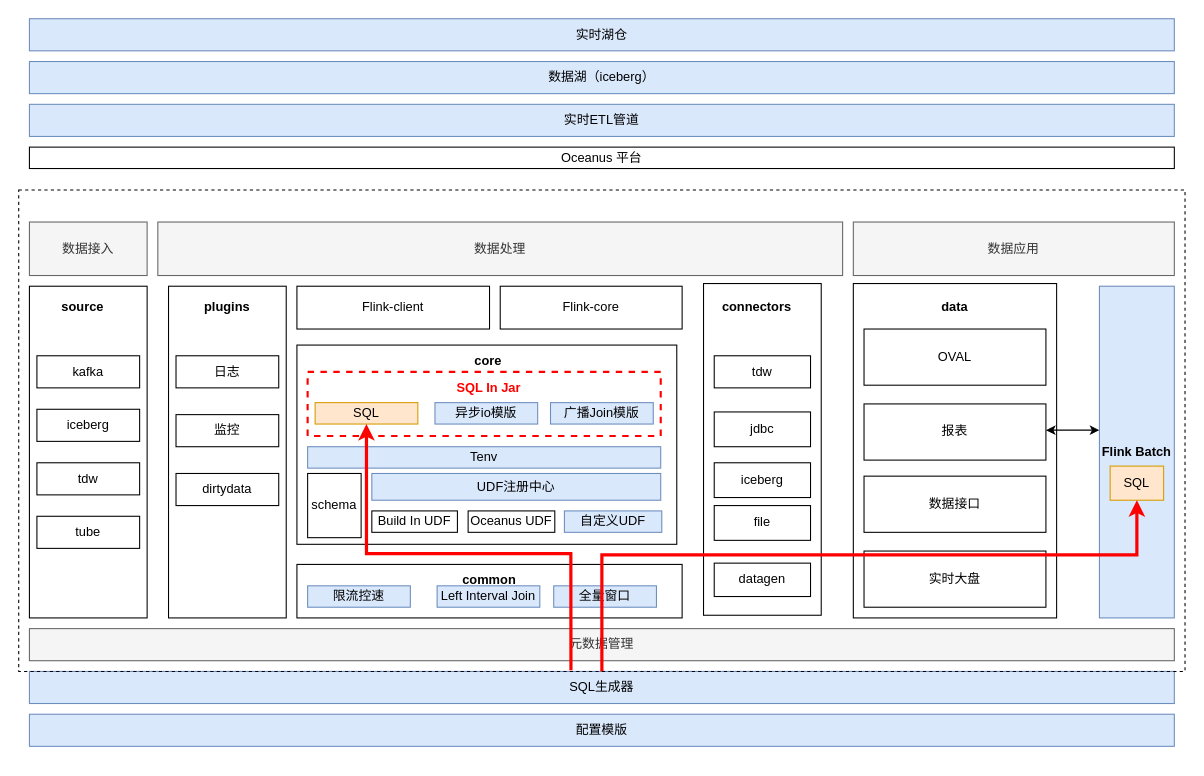
Before: page "流批一体框架" (3 of 3) of 实时dataops-实时离线校验链路升级方案.drawio in Arthur-Lanc/drawio, a draw.io diagram. Source tidied: cells renumbered, new cells numbered last; positions are measured from the earlier drawing's top-left corner, leaving out a move shared by most shapes. Both pictures are drawn from the tidied source at 107%, with x=0, y=0 at pixel (18, 18).
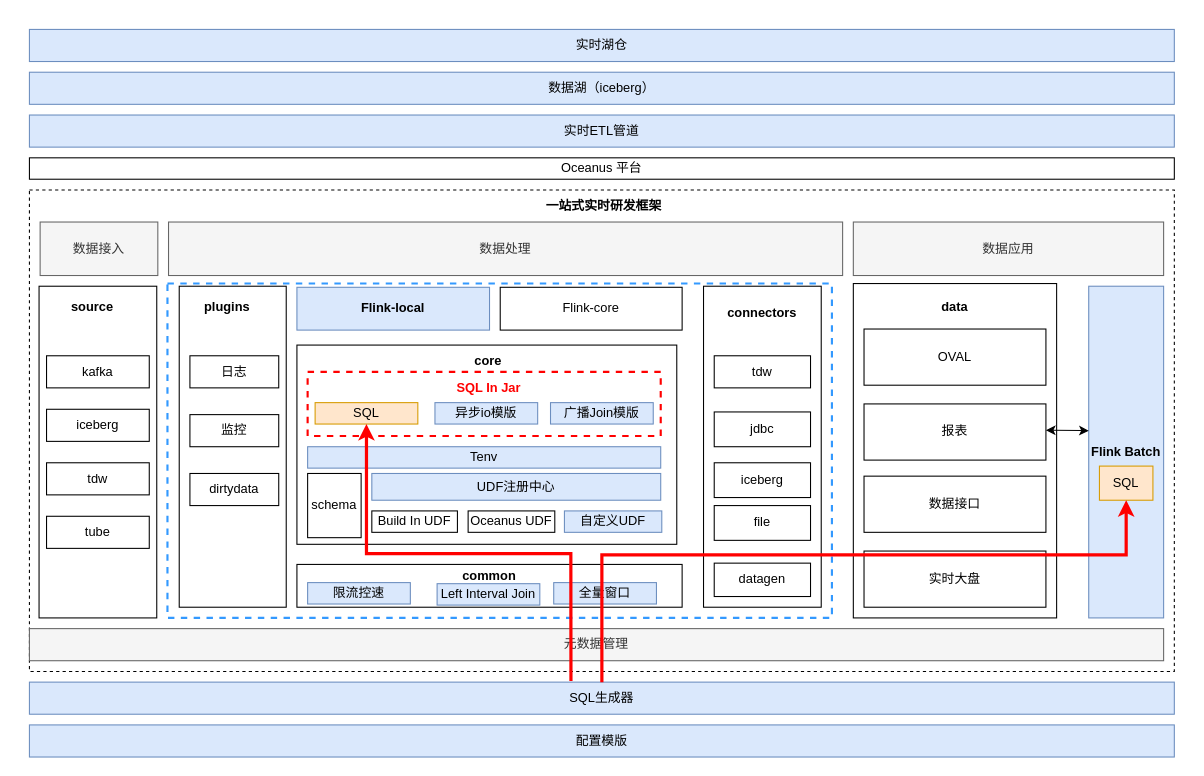
After the change.

Commit message:
更新实时dataops-实时离线校验链路升级方案.drawio

The edit, as a diff of the source:
```diff
@@
+    <mxCell id="61" style="rounded=0;whiteSpace=wrap;html=1;fillColor=default;dashed=1;" parent="1" vertex="1">
+      <mxGeometry x="10" y="160" width="1070" height="450" as="geometry" />
+    </mxCell>
+    <mxCell id="62" style="rounded=0;whiteSpace=wrap;html=1;dashed=1;fillColor=none;strokeColor=#3399FF;strokeWidth=2;" parent="1" vertex="1">
+      <mxGeometry x="139" y="247.5" width="621" height="312.5" as="geometry" />
+    </mxCell>
@@
-    <mxCell id="3" style="rounded=0;whiteSpace=wrap;html=1;fillColor=none;" parent="1" vertex="1">
+    <mxCell id="3" style="rounded=0;whiteSpace=wrap;html=1;fillColor=default;" parent="1" vertex="1">
       <mxGeometry x="780" y="247.5" width="190" height="312.5" as="geometry" />
     </mxCell>
     <mxCell id="4" value="配置模版" style="rounded=0;whiteSpace=wrap;html=1;fillColor=#dae8fc;strokeColor=#6c8ebf;" parent="1" vertex="1">
-      <mxGeometry x="10" y="650" width="1070" height="30" as="geometry" />
+      <mxGeometry x="10" y="660" width="1070" height="30" as="geometry" />
     </mxCell>
     <mxCell id="5" value="SQL生成器" style="rounded=0;whiteSpace=wrap;html=1;fillColor=#dae8fc;strokeColor=#6c8ebf;" parent="1" vertex="1">
-      <mxGeometry x="10" y="610" width="1070" height="30" as="geometry" />
+      <mxGeometry x="10" y="620" width="1070" height="30" as="geometry" />
     </mxCell>
     <mxCell id="6" value="元数据管理" style="rounded=0;whiteSpace=wrap;html=1;fillColor=#f5f5f5;fontColor=#333333;strokeColor=#666666;" parent="1" vertex="1">
-      <mxGeometry x="10" y="570" width="1070" height="30" as="geometry" />
+      <mxGeometry x="10" y="570" width="1060" height="30" as="geometry" />
     </mxCell>
     <mxCell id="7" style="rounded=0;whiteSpace=wrap;html=1;" parent="1" vertex="1">
-      <mxGeometry x="10" y="250" width="110" height="310" as="geometry" />
+      <mxGeometry x="19" y="250" width="110" height="310" as="geometry" />
     </mxCell>
     <mxCell id="8" value="kafka" style="rounded=0;whiteSpace=wrap;html=1;" parent="1" vertex="1">
-      <mxGeometry x="17" y="315" width="96" height="30" as="geometry" />
+      <mxGeometry x="26" y="315" width="96" height="30" as="geometry" />
     </mxCell>
     <mxCell id="9" value="iceberg" style="rounded=0;whiteSpace=wrap;html=1;" parent="1" vertex="1">
-      <mxGeometry x="17" y="365" width="96" height="30" as="geometry" />
+      <mxGeometry x="26" y="365" width="96" height="30" as="geometry" />
     </mxCell>
     <mxCell id="10" value="tdw" style="rounded=0;whiteSpace=wrap;html=1;" parent="1" vertex="1">
-      <mxGeometry x="17" y="415" width="96" height="30" as="geometry" />
+      <mxGeometry x="26" y="415" width="96" height="30" as="geometry" />
     </mxCell>
     <mxCell id="11" value="tube" style="rounded=0;whiteSpace=wrap;html=1;" parent="1" vertex="1">
-      <mxGeometry x="17" y="465" width="96" height="30" as="geometry" />
+      <mxGeometry x="26" y="465" width="96" height="30" as="geometry" />
     </mxCell>
     <mxCell id="12" style="rounded=0;whiteSpace=wrap;html=1;" parent="1" vertex="1">
-      <mxGeometry x="140" y="250" width="110" height="310" as="geometry" />
+      <mxGeometry x="150" y="250" width="100" height="300" as="geometry" />
     </mxCell>
-    <mxCell id="13" value="Flink-client" style="rounded=0;whiteSpace=wrap;html=1;" parent="1" vertex="1">
-      <mxGeometry x="260" y="250" width="180" height="40" as="geometry" />
+    <mxCell id="13" value="&lt;b&gt;Flink-local&lt;/b&gt;" style="rounded=0;whiteSpace=wrap;html=1;fillColor=#dae8fc;strokeColor=#6c8ebf;" parent="1" vertex="1">
+      <mxGeometry x="260" y="251" width="180" height="40" as="geometry" />
     </mxCell>
     <mxCell id="14" style="rounded=0;whiteSpace=wrap;html=1;" parent="1" vertex="1">
-      <mxGeometry x="260" y="510" width="360" height="50" as="geometry" />
+      <mxGeometry x="260" y="510" width="360" height="40" as="geometry" />
     </mxCell>
     <mxCell id="15" value="数据接入" style="rounded=0;whiteSpace=wrap;html=1;fillColor=#f5f5f5;fontColor=#333333;strokeColor=#666666;" parent="1" vertex="1">
-      <mxGeometry x="10" y="190" width="110" height="50" as="geometry" />
+      <mxGeometry x="20" y="190" width="110" height="50" as="geometry" />
     </mxCell>
     <mxCell id="16" value="数据处理" style="rounded=0;whiteSpace=wrap;html=1;fillColor=#f5f5f5;fontColor=#333333;strokeColor=#666666;" parent="1" vertex="1">
-      <mxGeometry x="130" y="190" width="640" height="50" as="geometry" />
+      <mxGeometry x="140" y="190" width="630" height="50" as="geometry" />
     </mxCell>
     <mxCell id="17" value="数据应用" style="rounded=0;whiteSpace=wrap;html=1;fillColor=#f5f5f5;fontColor=#333333;strokeColor=#666666;" parent="1" vertex="1">
-      <mxGeometry x="780" y="190" width="300" height="50" as="geometry" />
+      <mxGeometry x="780" y="190" width="290" height="50" as="geometry" />
     </mxCell>
     <mxCell id="18" value="限流控速" style="rounded=0;whiteSpace=wrap;html=1;fillColor=#dae8fc;strokeColor=#6c8ebf;" parent="1" vertex="1">
-      <mxGeometry x="270" y="530" width="96" height="20" as="geometry" />
+      <mxGeometry x="270" y="527" width="96" height="20" as="geometry" />
     </mxCell>
     <mxCell id="19" value="Left Interval Join" style="rounded=0;whiteSpace=wrap;html=1;fillColor=#dae8fc;strokeColor=#6c8ebf;" parent="1" vertex="1">
-      <mxGeometry x="391" y="530" width="96" height="20" as="geometry" />
+      <mxGeometry x="391" y="528" width="96" height="20" as="geometry" />
     </mxCell>
     <mxCell id="20" value="全量窗口" style="rounded=0;whiteSpace=wrap;html=1;fillColor=#dae8fc;strokeColor=#6c8ebf;" parent="1" vertex="1">
-      <mxGeometry x="500" y="530" width="96" height="20" as="geometry" />
+      <mxGeometry x="500" y="527" width="96" height="20" as="geometry" />
     </mxCell>
     <mxCell id="21" value="&lt;b&gt;common&lt;/b&gt;" style="text;html=1;strokeColor=none;fillColor=none;align=center;verticalAlign=middle;whiteSpace=wrap;rounded=0;" parent="1" vertex="1">
-      <mxGeometry x="410" y="510" width="60" height="30" as="geometry" />
+      <mxGeometry x="410" y="506" width="60" height="30" as="geometry" />
     </mxCell>
     <mxCell id="22" value="Flink-core" style="rounded=0;whiteSpace=wrap;html=1;" parent="1" vertex="1">
-      <mxGeometry x="450" y="250" width="170" height="40" as="geometry" />
+      <mxGeometry x="450" y="251" width="170" height="40" as="geometry" />
     </mxCell>
@@
     <mxCell id="35" style="rounded=0;whiteSpace=wrap;html=1;" parent="1" vertex="1">
-      <mxGeometry x="640" y="247.5" width="110" height="310" as="geometry" />
+      <mxGeometry x="640" y="250" width="110" height="300" as="geometry" />
     </mxCell>
     <mxCell id="36" value="&lt;b&gt;source&lt;/b&gt;" style="text;html=1;strokeColor=none;fillColor=none;align=center;verticalAlign=middle;whiteSpace=wrap;rounded=0;" parent="1" vertex="1">
-      <mxGeometry x="30" y="255" width="60" height="30" as="geometry" />
+      <mxGeometry x="39" y="255" width="60" height="30" as="geometry" />
     </mxCell>
@@
     <mxCell id="38" value="日志" style="rounded=0;whiteSpace=wrap;html=1;" parent="1" vertex="1">
-      <mxGeometry x="147" y="315" width="96" height="30" as="geometry" />
+      <mxGeometry x="160" y="315" width="83" height="30" as="geometry" />
     </mxCell>
     <mxCell id="39" value="监控" style="rounded=0;whiteSpace=wrap;html=1;" parent="1" vertex="1">
-      <mxGeometry x="147" y="370" width="96" height="30" as="geometry" />
+      <mxGeometry x="160" y="370" width="83" height="30" as="geometry" />
     </mxCell>
     <mxCell id="40" value="dirtydata" style="rounded=0;whiteSpace=wrap;html=1;" parent="1" vertex="1">
-      <mxGeometry x="147" y="425" width="96" height="30" as="geometry" />
+      <mxGeometry x="160" y="425" width="83" height="30" as="geometry" />
     </mxCell>
     <mxCell id="41" value="&lt;b&gt;connectors&lt;/b&gt;" style="text;html=1;strokeColor=none;fillColor=none;align=center;verticalAlign=middle;whiteSpace=wrap;rounded=0;" parent="1" vertex="1">
-      <mxGeometry x="660" y="255" width="60" height="30" as="geometry" />
+      <mxGeometry x="665" y="260" width="60" height="30" as="geometry" />
     </mxCell>
@@
     <mxCell id="46" value="&lt;b&gt;Flink Batch&lt;/b&gt;" style="rounded=0;whiteSpace=wrap;html=1;fillColor=#dae8fc;strokeColor=#6c8ebf;" parent="1" vertex="1">
-      <mxGeometry x="1010" y="250" width="70" height="310" as="geometry" />
+      <mxGeometry x="1000" y="250" width="70" height="310" as="geometry" />
     </mxCell>
@@
     <mxCell id="51" value="SQL" style="rounded=0;whiteSpace=wrap;html=1;fillColor=#ffe6cc;strokeColor=#d79b00;" parent="1" vertex="1">
-      <mxGeometry x="1020" y="418.1" width="50" height="31.9" as="geometry" />
+      <mxGeometry x="1010" y="418.1" width="50" height="31.9" as="geometry" />
     </mxCell>
@@
     <mxCell id="53" style="endArrow=classic;startArrow=classic;html=1;rounded=0;" parent="1" edge="1">
       <mxGeometry relative="1" as="geometry">
         <mxPoint x="960" y="384.5" as="sourcePoint" />
-        <mxPoint x="1010" y="384.5" as="targetPoint" />
+        <mxPoint x="1000" y="385" as="targetPoint" />
       </mxGeometry>
     </mxCell>
@@
     <mxCell id="56" style="endArrow=classic;html=1;rounded=0;exitX=0.5;exitY=0;exitDx=0;exitDy=0;entryX=0.5;entryY=1;entryDx=0;entryDy=0;strokeColor=#FF0000;strokeWidth=3;" parent="1" edge="1" source="5" target="51">
       <mxGeometry relative="1" as="geometry">
         <Array as="points">
           <mxPoint x="545" y="501" />
-          <mxPoint x="1045" y="501" />
+          <mxPoint x="1035" y="501" />
         </Array>
       </mxGeometry>
     </mxCell>
     <mxCell id="57" value="Oceanus 平台" style="rounded=0;whiteSpace=wrap;html=1;" parent="1" vertex="1">
-      <mxGeometry x="10" y="120" width="1070" height="20" as="geometry" />
+      <mxGeometry x="10" y="130" width="1070" height="20" as="geometry" />
     </mxCell>
     <mxCell id="58" value="实时ETL管道" style="rounded=0;whiteSpace=wrap;html=1;fillColor=#dae8fc;strokeColor=#6c8ebf;" parent="1" vertex="1">
-      <mxGeometry x="10" y="80" width="1070" height="30" as="geometry" />
+      <mxGeometry x="10" y="90" width="1070" height="30" as="geometry" />
     </mxCell>
     <mxCell id="59" value="数据湖（iceberg）" style="rounded=0;whiteSpace=wrap;html=1;fillColor=#dae8fc;strokeColor=#6c8ebf;" parent="1" vertex="1">
-      <mxGeometry x="10" y="40" width="1070" height="30" as="geometry" />
+      <mxGeometry x="10" y="50" width="1070" height="30" as="geometry" />
     </mxCell>
     <mxCell id="60" value="实时湖仓" style="rounded=0;whiteSpace=wrap;html=1;fillColor=#dae8fc;strokeColor=#6c8ebf;" parent="1" vertex="1">
-      <mxGeometry x="10" width="1070" height="30" as="geometry" />
+      <mxGeometry x="10" y="10" width="1070" height="30" as="geometry" />
     </mxCell>
-    <mxCell id="61" style="rounded=0;whiteSpace=wrap;html=1;fillColor=none;dashed=1;" parent="1" vertex="1">
-      <mxGeometry y="160" width="1090" height="450" as="geometry" />
-    </mxCell>
+    <mxCell id="63" value="&lt;b&gt;一站式实时研发框架&lt;/b&gt;" style="text;html=1;strokeColor=none;fillColor=none;align=center;verticalAlign=middle;whiteSpace=wrap;rounded=0;" parent="1" vertex="1">
+      <mxGeometry x="487" y="160" width="120" height="30" as="geometry" />
+    </mxCell>
```
